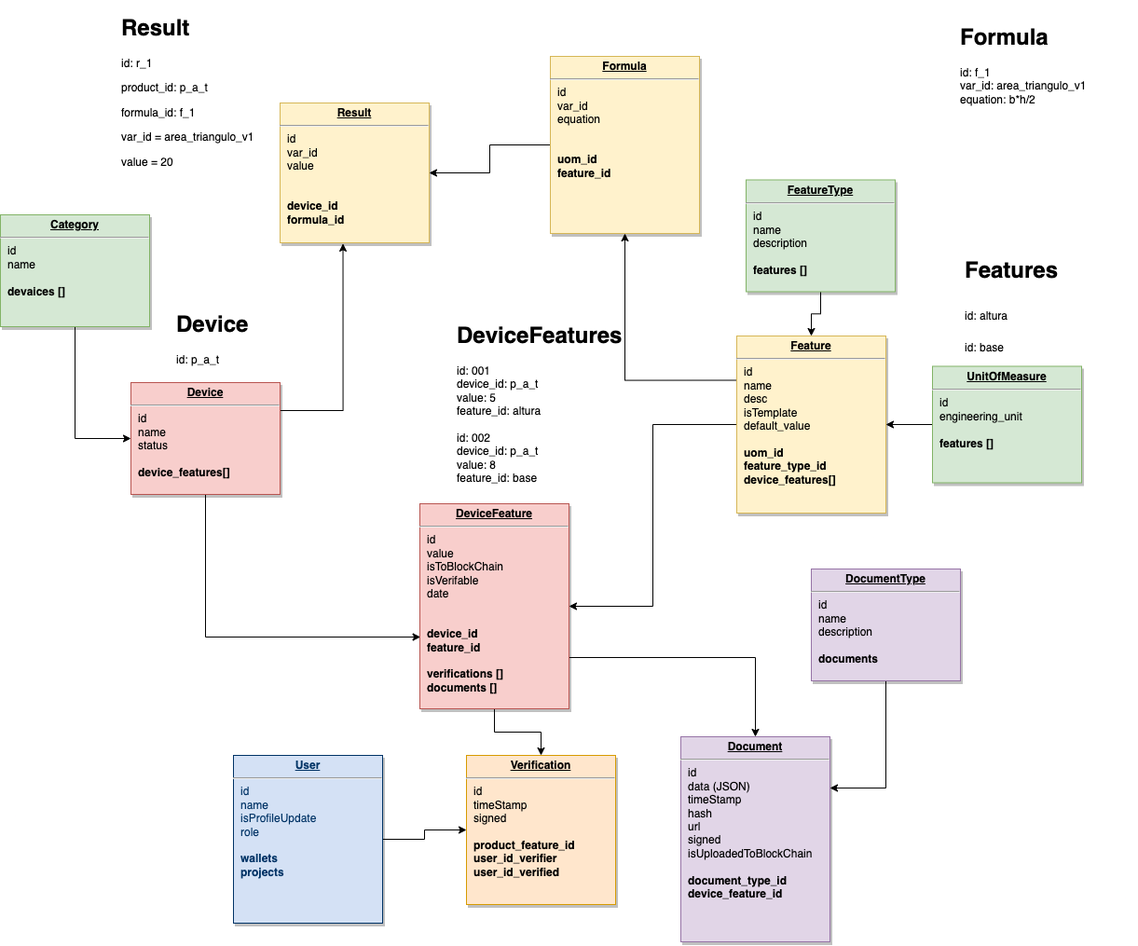
Earlier version of the draw.io export 00_DOCUMENTATION/_images/ER_Diagram.drawio.png (robin8a/kio-suan-cultivos-acuicolas-inception). Source tidied: cells renumbered, new cells last; positions are measured from the earlier drawing's top-left corner, leaving out a move shared by most shapes.
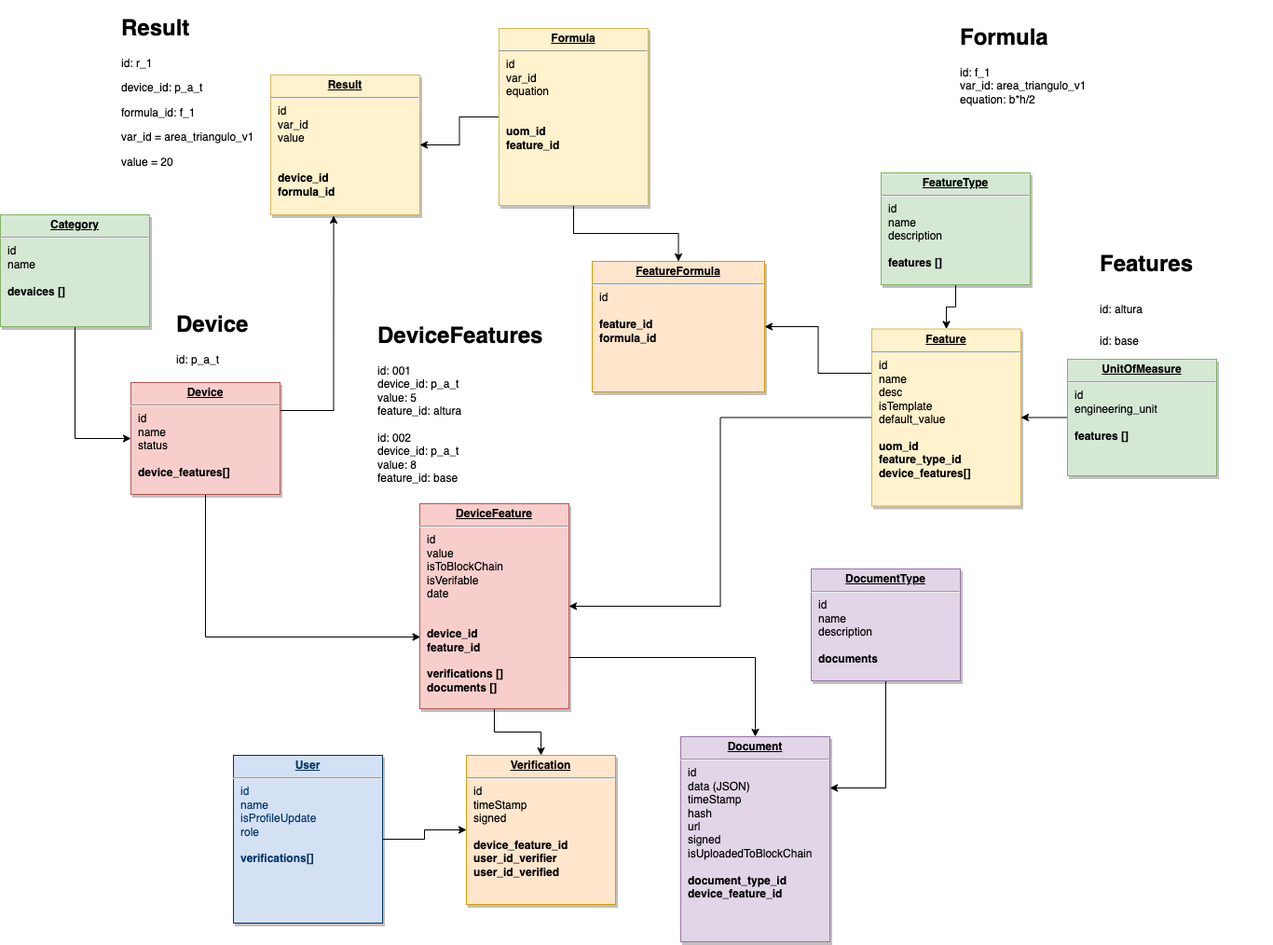
The same file after the commit.

The edit, as a diff of the source:
```diff
@@ -20,11 +20,11 @@
     <mxCell id="7" style="edgeStyle=orthogonalEdgeStyle;rounded=0;jettySize=auto;html=1;entryX=1;entryY=0.5;entryDx=0;entryDy=0;" parent="1" edge="1" source="9" target="12">
       <mxGeometry relative="1" as="geometry" />
     </mxCell>
-    <mxCell id="8" style="edgeStyle=orthogonalEdgeStyle;rounded=0;jettySize=auto;html=1;exitX=0;exitY=0.25;exitDx=0;exitDy=0;entryX=0.5;entryY=1;entryDx=0;entryDy=0;" parent="1" edge="1" source="9" target="25">
-      <mxGeometry relative="1" as="geometry" />
-    </mxCell>
+    <mxCell id="31" style="edgeStyle=orthogonalEdgeStyle;rounded=0;jettySize=auto;html=1;exitX=0;exitY=0.25;exitDx=0;exitDy=0;entryX=1;entryY=0.5;entryDx=0;entryDy=0;" parent="1" edge="1" source="9" target="33">
+      <mxGeometry relative="1" as="geometry" />
+    </mxCell>
     <mxCell id="9" value="&lt;p style=&quot;margin: 0px ; margin-top: 4px ; text-align: center ; text-decoration: underline&quot;&gt;&lt;b&gt;Feature&lt;/b&gt;&lt;/p&gt;&lt;hr&gt;&lt;p style=&quot;margin: 0px ; margin-left: 8px&quot;&gt;id&lt;/p&gt;&lt;p style=&quot;margin: 0px ; margin-left: 8px&quot;&gt;name&lt;/p&gt;&lt;p style=&quot;margin: 0px ; margin-left: 8px&quot;&gt;desc&lt;/p&gt;&lt;p style=&quot;margin: 0px ; margin-left: 8px&quot;&gt;isTemplate&lt;/p&gt;&lt;p style=&quot;margin: 0px ; margin-left: 8px&quot;&gt;default_value&lt;/p&gt;&lt;p style=&quot;margin: 0px ; margin-left: 8px&quot;&gt;&lt;br&gt;&lt;/p&gt;&lt;p style=&quot;margin: 0px ; margin-left: 8px&quot;&gt;&lt;b&gt;uom_id&lt;/b&gt;&lt;/p&gt;&lt;p style=&quot;margin: 0px ; margin-left: 8px&quot;&gt;&lt;b&gt;feature_type_id&lt;/b&gt;&lt;/p&gt;&lt;p style=&quot;margin: 0px ; margin-left: 8px&quot;&gt;&lt;b&gt;device_features[]&lt;/b&gt;&lt;br&gt;&lt;/p&gt;&lt;p style=&quot;margin: 0px ; margin-left: 8px&quot;&gt;&lt;br&gt;&lt;/p&gt;" style="verticalAlign=top;align=left;overflow=fill;fontSize=12;fontFamily=Helvetica;html=1;strokeColor=#d6b656;shadow=1;fillColor=#fff2cc;" parent="1" vertex="1">
-      <mxGeometry x="790" y="350" width="160" height="190" as="geometry" />
+      <mxGeometry x="935" y="342.5" width="160" height="190" as="geometry" />
     </mxCell>
     <mxCell id="10" style="edgeStyle=orthogonalEdgeStyle;rounded=0;jettySize=auto;html=1;" parent="1" edge="1" source="12" target="18">
       <mxGeometry relative="1" as="geometry" />
@@ -47,47 +47,53 @@
     <mxCell id="16" style="edgeStyle=orthogonalEdgeStyle;rounded=0;jettySize=auto;html=1;exitX=1;exitY=0.5;exitDx=0;exitDy=0;entryX=0;entryY=0.5;entryDx=0;entryDy=0;" parent="1" edge="1" source="17" target="18">
       <mxGeometry relative="1" as="geometry" />
     </mxCell>
-    <mxCell id="17" value="&lt;p style=&quot;margin: 0px ; margin-top: 4px ; text-align: center ; text-decoration: underline&quot;&gt;&lt;strong&gt;User&lt;/strong&gt;&lt;/p&gt;&lt;hr&gt;&lt;p style=&quot;margin: 0px ; margin-left: 8px&quot;&gt;id&lt;/p&gt;&lt;p style=&quot;margin: 0px ; margin-left: 8px&quot;&gt;name&lt;/p&gt;&lt;p style=&quot;margin: 0px ; margin-left: 8px&quot;&gt;isProfileUpdate&lt;/p&gt;&lt;p style=&quot;margin: 0px ; margin-left: 8px&quot;&gt;role&lt;/p&gt;&lt;p style=&quot;margin: 0px ; margin-left: 8px&quot;&gt;&lt;br&gt;&lt;/p&gt;&lt;p style=&quot;margin: 0px ; margin-left: 8px&quot;&gt;&lt;b&gt;wallets&lt;/b&gt;&lt;/p&gt;&lt;p style=&quot;margin: 0px ; margin-left: 8px&quot;&gt;&lt;b&gt;projects&lt;/b&gt;&lt;/p&gt;&lt;p style=&quot;margin: 0px ; margin-left: 8px&quot;&gt;&lt;br&gt;&lt;/p&gt;" style="verticalAlign=top;align=left;overflow=fill;fontSize=12;fontFamily=Helvetica;html=1;strokeColor=#003366;shadow=1;fillColor=#D4E1F5;fontColor=#003366;" parent="1" vertex="1">
+    <mxCell id="17" value="&lt;p style=&quot;margin: 0px ; margin-top: 4px ; text-align: center ; text-decoration: underline&quot;&gt;&lt;strong&gt;User&lt;/strong&gt;&lt;/p&gt;&lt;hr&gt;&lt;p style=&quot;margin: 0px ; margin-left: 8px&quot;&gt;id&lt;/p&gt;&lt;p style=&quot;margin: 0px ; margin-left: 8px&quot;&gt;name&lt;/p&gt;&lt;p style=&quot;margin: 0px ; margin-left: 8px&quot;&gt;isProfileUpdate&lt;/p&gt;&lt;p style=&quot;margin: 0px ; margin-left: 8px&quot;&gt;role&lt;/p&gt;&lt;p style=&quot;margin: 0px ; margin-left: 8px&quot;&gt;&lt;br&gt;&lt;/p&gt;&lt;p style=&quot;margin: 0px ; margin-left: 8px&quot;&gt;&lt;b&gt;verifications[]&lt;/b&gt;&lt;/p&gt;&lt;p style=&quot;margin: 0px ; margin-left: 8px&quot;&gt;&lt;br&gt;&lt;/p&gt;" style="verticalAlign=top;align=left;overflow=fill;fontSize=12;fontFamily=Helvetica;html=1;strokeColor=#003366;shadow=1;fillColor=#D4E1F5;fontColor=#003366;" parent="1" vertex="1">
       <mxGeometry x="250" y="800" width="160" height="180" as="geometry" />
     </mxCell>
-    <mxCell id="18" value="&lt;p style=&quot;margin: 0px ; margin-top: 4px ; text-align: center ; text-decoration: underline&quot;&gt;&lt;b&gt;Verification&lt;/b&gt;&lt;/p&gt;&lt;hr&gt;&lt;p style=&quot;margin: 0px ; margin-left: 8px&quot;&gt;id&lt;/p&gt;&lt;p style=&quot;margin: 0px ; margin-left: 8px&quot;&gt;timeStamp&lt;/p&gt;&lt;p style=&quot;margin: 0px ; margin-left: 8px&quot;&gt;signed&lt;/p&gt;&lt;p style=&quot;margin: 0px ; margin-left: 8px&quot;&gt;&lt;br&gt;&lt;/p&gt;&lt;p style=&quot;margin: 0px ; margin-left: 8px&quot;&gt;&lt;b&gt;product_feature_id&lt;/b&gt;&lt;/p&gt;&lt;p style=&quot;margin: 0px ; margin-left: 8px&quot;&gt;&lt;b&gt;user_id_verifier&lt;/b&gt;&lt;/p&gt;&lt;p style=&quot;margin: 0px ; margin-left: 8px&quot;&gt;&lt;b&gt;user_id_verified&lt;/b&gt;&lt;/p&gt;&lt;p style=&quot;margin: 0px ; margin-left: 8px&quot;&gt;&lt;br&gt;&lt;/p&gt;" style="verticalAlign=top;align=left;overflow=fill;fontSize=12;fontFamily=Helvetica;html=1;strokeColor=#d79b00;shadow=1;fillColor=#ffe6cc;" parent="1" vertex="1">
+    <mxCell id="18" value="&lt;p style=&quot;margin: 0px ; margin-top: 4px ; text-align: center ; text-decoration: underline&quot;&gt;&lt;b&gt;Verification&lt;/b&gt;&lt;/p&gt;&lt;hr&gt;&lt;p style=&quot;margin: 0px ; margin-left: 8px&quot;&gt;id&lt;/p&gt;&lt;p style=&quot;margin: 0px ; margin-left: 8px&quot;&gt;timeStamp&lt;/p&gt;&lt;p style=&quot;margin: 0px ; margin-left: 8px&quot;&gt;signed&lt;/p&gt;&lt;p style=&quot;margin: 0px ; margin-left: 8px&quot;&gt;&lt;br&gt;&lt;/p&gt;&lt;p style=&quot;margin: 0px ; margin-left: 8px&quot;&gt;&lt;b&gt;device_feature_id&lt;/b&gt;&lt;/p&gt;&lt;p style=&quot;margin: 0px ; margin-left: 8px&quot;&gt;&lt;b&gt;user_id_verifier&lt;/b&gt;&lt;/p&gt;&lt;p style=&quot;margin: 0px ; margin-left: 8px&quot;&gt;&lt;b&gt;user_id_verified&lt;/b&gt;&lt;/p&gt;&lt;p style=&quot;margin: 0px ; margin-left: 8px&quot;&gt;&lt;br&gt;&lt;/p&gt;" style="verticalAlign=top;align=left;overflow=fill;fontSize=12;fontFamily=Helvetica;html=1;strokeColor=#d79b00;shadow=1;fillColor=#ffe6cc;" parent="1" vertex="1">
       <mxGeometry x="500" y="800" width="160" height="160" as="geometry" />
     </mxCell>
     <mxCell id="19" style="edgeStyle=orthogonalEdgeStyle;rounded=0;jettySize=auto;html=1;entryX=1;entryY=0.5;entryDx=0;entryDy=0;" parent="1" edge="1" source="20" target="9">
       <mxGeometry relative="1" as="geometry" />
     </mxCell>
     <mxCell id="20" value="&lt;p style=&quot;margin: 0px ; margin-top: 4px ; text-align: center ; text-decoration: underline&quot;&gt;&lt;b&gt;UnitOfMeasure&lt;/b&gt;&lt;/p&gt;&lt;hr&gt;&lt;p style=&quot;margin: 0px ; margin-left: 8px&quot;&gt;id&lt;/p&gt;&lt;p style=&quot;margin: 0px ; margin-left: 8px&quot;&gt;engineering_unit&lt;/p&gt;&lt;p style=&quot;margin: 0px ; margin-left: 8px&quot;&gt;&lt;br&gt;&lt;/p&gt;&lt;p style=&quot;margin: 0px ; margin-left: 8px&quot;&gt;&lt;b&gt;features []&lt;/b&gt;&lt;/p&gt;" style="verticalAlign=top;align=left;overflow=fill;fontSize=12;fontFamily=Helvetica;html=1;strokeColor=#82b366;shadow=1;fillColor=#d5e8d4;" parent="1" vertex="1">
-      <mxGeometry x="1000" y="382.5" width="160" height="125" as="geometry" />
+      <mxGeometry x="1145" y="375" width="160" height="125" as="geometry" />
     </mxCell>
-    <mxCell id="21" value="&lt;h1&gt;Result&lt;/h1&gt;&lt;p&gt;id: r_1&lt;/p&gt;&lt;p&gt;product_id: p_a_t&lt;/p&gt;&lt;p&gt;formula_id: f_1&lt;/p&gt;&lt;p&gt;&lt;span style=&quot;background-color: initial;&quot;&gt;var_id = area_triangulo_v1&lt;/span&gt;&lt;/p&gt;&lt;p&gt;value = 20&lt;/p&gt;" style="text;html=1;strokeColor=none;fillColor=none;spacing=5;spacingTop=-20;whiteSpace=wrap;overflow=hidden;rounded=0;" parent="1" vertex="1">
+    <mxCell id="21" value="&lt;h1&gt;Result&lt;/h1&gt;&lt;p&gt;id: r_1&lt;/p&gt;&lt;p&gt;device_id: p_a_t&lt;/p&gt;&lt;p&gt;formula_id: f_1&lt;/p&gt;&lt;p&gt;&lt;span style=&quot;background-color: initial;&quot;&gt;var_id = area_triangulo_v1&lt;/span&gt;&lt;/p&gt;&lt;p&gt;value = 20&lt;/p&gt;" style="text;html=1;strokeColor=none;fillColor=none;spacing=5;spacingTop=-20;whiteSpace=wrap;overflow=hidden;rounded=0;" parent="1" vertex="1">
       <mxGeometry x="125" width="190" height="200" as="geometry" />
     </mxCell>
     <mxCell id="22" style="edgeStyle=orthogonalEdgeStyle;rounded=0;jettySize=auto;html=1;" parent="1" edge="1" source="23" target="9">
       <mxGeometry relative="1" as="geometry" />
     </mxCell>
     <mxCell id="23" value="&lt;p style=&quot;margin: 0px ; margin-top: 4px ; text-align: center ; text-decoration: underline&quot;&gt;&lt;b&gt;FeatureType&lt;/b&gt;&lt;/p&gt;&lt;hr&gt;&lt;p style=&quot;margin: 0px ; margin-left: 8px&quot;&gt;id&lt;/p&gt;&lt;p style=&quot;margin: 0px ; margin-left: 8px&quot;&gt;name&lt;/p&gt;&lt;p style=&quot;margin: 0px ; margin-left: 8px&quot;&gt;description&lt;/p&gt;&lt;p style=&quot;margin: 0px ; margin-left: 8px&quot;&gt;&lt;br&gt;&lt;/p&gt;&lt;p style=&quot;margin: 0px ; margin-left: 8px&quot;&gt;&lt;b&gt;features []&lt;/b&gt;&lt;/p&gt;&lt;p style=&quot;margin: 0px ; margin-left: 8px&quot;&gt;&lt;br&gt;&lt;/p&gt;" style="verticalAlign=top;align=left;overflow=fill;fontSize=12;fontFamily=Helvetica;html=1;strokeColor=#82b366;shadow=1;fillColor=#d5e8d4;" parent="1" vertex="1">
-      <mxGeometry x="800" y="182.5" width="160" height="120" as="geometry" />
+      <mxGeometry x="945" y="175" width="160" height="120" as="geometry" />
     </mxCell>
     <mxCell id="24" style="edgeStyle=orthogonalEdgeStyle;rounded=0;jettySize=auto;html=1;exitX=0;exitY=0.5;exitDx=0;exitDy=0;entryX=1;entryY=0.5;entryDx=0;entryDy=0;" parent="1" edge="1" source="25" target="27">
       <mxGeometry relative="1" as="geometry" />
     </mxCell>
+    <mxCell id="32" style="edgeStyle=orthogonalEdgeStyle;rounded=0;jettySize=auto;html=1;exitX=0.5;exitY=1;exitDx=0;exitDy=0;" parent="1" edge="1" source="25" target="33">
+      <mxGeometry relative="1" as="geometry" />
+    </mxCell>
     <mxCell id="25" value="&lt;p style=&quot;margin: 0px ; margin-top: 4px ; text-align: center ; text-decoration: underline&quot;&gt;&lt;b&gt;Formula&lt;/b&gt;&lt;/p&gt;&lt;hr&gt;&lt;p style=&quot;margin: 0px ; margin-left: 8px&quot;&gt;id&lt;/p&gt;&lt;p style=&quot;margin: 0px ; margin-left: 8px&quot;&gt;var_id&lt;/p&gt;&lt;p style=&quot;margin: 0px ; margin-left: 8px&quot;&gt;equation&lt;/p&gt;&lt;p style=&quot;margin: 0px ; margin-left: 8px&quot;&gt;&lt;br&gt;&lt;/p&gt;&lt;p style=&quot;margin: 0px ; margin-left: 8px&quot;&gt;&lt;br&gt;&lt;/p&gt;&lt;p style=&quot;margin: 0px ; margin-left: 8px&quot;&gt;&lt;b&gt;uom_id&lt;/b&gt;&lt;/p&gt;&lt;p style=&quot;margin: 0px ; margin-left: 8px&quot;&gt;&lt;b&gt;feature_id&lt;/b&gt;&lt;/p&gt;&lt;p style=&quot;margin: 0px ; margin-left: 8px&quot;&gt;&lt;br&gt;&lt;/p&gt;" style="verticalAlign=top;align=left;overflow=fill;fontSize=12;fontFamily=Helvetica;html=1;strokeColor=#d6b656;shadow=1;fillColor=#fff2cc;" parent="1" vertex="1">
-      <mxGeometry x="590" y="50" width="160" height="190" as="geometry" />
+      <mxGeometry x="535" y="20" width="160" height="190" as="geometry" />
     </mxCell>
     <mxCell id="26" value="&lt;h1&gt;Formula&lt;/h1&gt;&lt;div&gt;id: f_1&lt;/div&gt;&lt;div&gt;var_id: area_triangulo_v1&lt;/div&gt;&lt;div&gt;equation: b*h/2&lt;/div&gt;&lt;div&gt;&lt;br&gt;&lt;/div&gt;&lt;div&gt;&lt;div&gt;&lt;br&gt;&lt;/div&gt;&lt;div&gt;&lt;br&gt;&lt;/div&gt;&lt;/div&gt;" style="text;html=1;strokeColor=none;fillColor=none;spacing=5;spacingTop=-20;whiteSpace=wrap;overflow=hidden;rounded=0;" parent="1" vertex="1">
       <mxGeometry x="1025" y="10" width="190" height="140" as="geometry" />
     </mxCell>
     <mxCell id="27" value="&lt;p style=&quot;margin: 0px ; margin-top: 4px ; text-align: center ; text-decoration: underline&quot;&gt;&lt;b&gt;Result&lt;/b&gt;&lt;/p&gt;&lt;hr&gt;&lt;p style=&quot;margin: 0px ; margin-left: 8px&quot;&gt;id&lt;/p&gt;&lt;p style=&quot;margin: 0px ; margin-left: 8px&quot;&gt;var_id&lt;/p&gt;&lt;p style=&quot;margin: 0px ; margin-left: 8px&quot;&gt;value&lt;/p&gt;&lt;p style=&quot;margin: 0px ; margin-left: 8px&quot;&gt;&lt;br&gt;&lt;/p&gt;&lt;p style=&quot;margin: 0px ; margin-left: 8px&quot;&gt;&lt;br&gt;&lt;/p&gt;&lt;p style=&quot;margin: 0px ; margin-left: 8px&quot;&gt;&lt;b&gt;device_id&lt;/b&gt;&lt;b&gt;&lt;br&gt;&lt;/b&gt;&lt;/p&gt;&lt;p style=&quot;margin: 0px ; margin-left: 8px&quot;&gt;&lt;b&gt;formula_id&lt;/b&gt;&lt;/p&gt;&lt;p style=&quot;margin: 0px ; margin-left: 8px&quot;&gt;&lt;br&gt;&lt;/p&gt;&lt;p style=&quot;margin: 0px ; margin-left: 8px&quot;&gt;&lt;br&gt;&lt;/p&gt;" style="verticalAlign=top;align=left;overflow=fill;fontSize=12;fontFamily=Helvetica;html=1;strokeColor=#d6b656;shadow=1;fillColor=#fff2cc;" parent="1" vertex="1">
-      <mxGeometry x="300" y="100" width="160" height="150" as="geometry" />
+      <mxGeometry x="290" y="70" width="160" height="150" as="geometry" />
     </mxCell>
     <mxCell id="28" value="&lt;h1&gt;Device&lt;/h1&gt;&lt;div&gt;id: p_a_t&lt;/div&gt;&lt;div&gt;&lt;div&gt;&lt;br&gt;&lt;/div&gt;&lt;div&gt;&lt;br&gt;&lt;/div&gt;&lt;/div&gt;" style="text;html=1;strokeColor=none;fillColor=none;spacing=5;spacingTop=-20;whiteSpace=wrap;overflow=hidden;rounded=0;" parent="1" vertex="1">
       <mxGeometry x="184" y="317.5" width="126" height="72.5" as="geometry" />
     </mxCell>
     <mxCell id="29" value="&lt;h1&gt;&lt;span style=&quot;background-color: initial;&quot;&gt;Features&lt;/span&gt;&lt;/h1&gt;&lt;h1&gt;&lt;span style=&quot;background-color: initial; font-size: 12px; font-weight: normal;&quot;&gt;id: altura&lt;/span&gt;&lt;br&gt;&lt;/h1&gt;&lt;div&gt;&lt;span style=&quot;background-color: initial; font-size: 12px; font-weight: normal;&quot;&gt;id: base&lt;/span&gt;&lt;/div&gt;&lt;div&gt;&lt;div&gt;&lt;br&gt;&lt;/div&gt;&lt;div&gt;&lt;br&gt;&lt;/div&gt;&lt;/div&gt;" style="text;html=1;strokeColor=none;fillColor=none;spacing=5;spacingTop=-20;whiteSpace=wrap;overflow=hidden;rounded=0;" parent="1" vertex="1">
-      <mxGeometry x="1030" y="260" width="190" height="110" as="geometry" />
+      <mxGeometry x="1175" y="252.5" width="190" height="110" as="geometry" />
     </mxCell>
     <mxCell id="30" value="&lt;h1&gt;DeviceFeatures&lt;/h1&gt;&lt;div&gt;id: 001&lt;/div&gt;&lt;div&gt;device_id: p_a_t&lt;/div&gt;&lt;div&gt;value: 5&lt;/div&gt;&lt;div&gt;feature_id: altura&lt;/div&gt;&lt;div&gt;&lt;br&gt;&lt;/div&gt;&lt;div&gt;&lt;div&gt;id: 002&lt;/div&gt;&lt;div&gt;device_id: p_a_t&lt;/div&gt;&lt;div&gt;value: 8&lt;/div&gt;&lt;div&gt;feature_id: base&lt;/div&gt;&lt;div&gt;&lt;br&gt;&lt;/div&gt;&lt;/div&gt;&lt;div&gt;&lt;br&gt;&lt;/div&gt;&lt;div&gt;&lt;div&gt;&lt;br&gt;&lt;/div&gt;&lt;div&gt;&lt;br&gt;&lt;/div&gt;&lt;/div&gt;" style="text;html=1;strokeColor=none;fillColor=none;spacing=5;spacingTop=-20;whiteSpace=wrap;overflow=hidden;rounded=0;" parent="1" vertex="1">
-      <mxGeometry x="485" y="330" width="210" height="190" as="geometry" />
+      <mxGeometry x="400" y="330" width="210" height="190" as="geometry" />
     </mxCell>
+    <mxCell id="33" value="&lt;p style=&quot;margin: 0px ; margin-top: 4px ; text-align: center ; text-decoration: underline&quot;&gt;&lt;b&gt;FeatureFormula&lt;/b&gt;&lt;/p&gt;&lt;hr&gt;&lt;p style=&quot;margin: 0px ; margin-left: 8px&quot;&gt;id&lt;/p&gt;&lt;p style=&quot;margin: 0px ; margin-left: 8px&quot;&gt;&lt;br&gt;&lt;/p&gt;&lt;p style=&quot;margin: 0px ; margin-left: 8px&quot;&gt;&lt;b&gt;feature_id&lt;/b&gt;&lt;/p&gt;&lt;p style=&quot;margin: 0px ; margin-left: 8px&quot;&gt;&lt;b&gt;formula_id&lt;/b&gt;&lt;/p&gt;&lt;p style=&quot;margin: 0px ; margin-left: 8px&quot;&gt;&lt;br&gt;&lt;/p&gt;" style="verticalAlign=top;align=left;overflow=fill;fontSize=12;fontFamily=Helvetica;html=1;strokeColor=#d79b00;shadow=1;fillColor=#ffe6cc;" parent="1" vertex="1">
+      <mxGeometry x="635" y="270" width="185" height="140" as="geometry" />
+    </mxCell>
   </root>
 </mxGraphModel>
```
